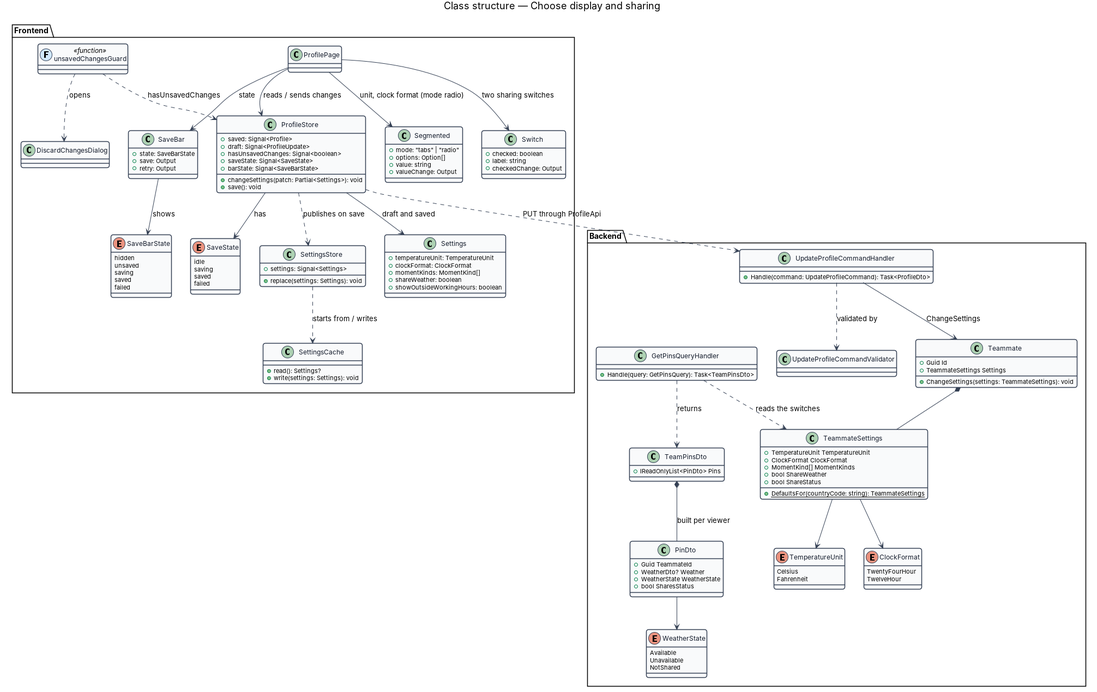
Above: docs/detailed-designs/profile/choose-display-and-sharing/diagrams/class-structure.png in QuinntyneBrown/Mondino (PlantUML), before the change. Its source is kept beside it as docs/detailed-designs/profile/choose-display-and-sharing/diagrams/class-structure.puml. The source it was exported from:
```plantuml
@startuml
skinparam backgroundColor #FFFFFF
skinparam shadowing false
skinparam roundcorner 8
skinparam defaultFontName Arial
skinparam ArrowColor #344054
skinparam class {
  BorderColor #344054
  FontColor #101828
  BackgroundColor #F9FAFB
}
title Class structure — Choose display and sharing

package "Frontend" {
  class ProfileStore {
    +saved: Signal<Profile>
    +draft: Signal<ProfileUpdate>
    +hasUnsavedChanges: Signal<boolean>
    +saveState: Signal<SaveState>
    +barState: Signal<SaveBarState>
    +changeSettings(patch: Partial<Settings>): void
    +save(): void
  }
  enum SaveState {
    idle
    saving
    saved
    failed
  }
  enum SaveBarState {
    hidden
    unsaved
    saving
    saved
    failed
  }
  class SaveBar {
    +state: SaveBarState
    +save: Output
    +retry: Output
  }
  class Segmented {
    +mode: "tabs" | "radio"
    +options: Option[]
    +value: string
    +valueChange: Output
  }
  class Switch {
    +checked: boolean
    +label: string
    +checkedChange: Output
  }
  class ProfilePage
  class DiscardChangesDialog
  class unsavedChangesGuard << (F,#D1E9FF) function >>
  class SettingsStore {
    +settings: Signal<Settings>
    +replace(settings: Settings): void
  }
  class SettingsCache {
    +read(): Settings?
    +write(settings: Settings): void
  }
  class Settings {
    +temperatureUnit: TemperatureUnit
    +clockFormat: ClockFormat
    +momentKinds: MomentKind[]
    +shareWeather: boolean
    +showOutsideWorkingHours: boolean
  }
}

package "Backend" {
  class UpdateProfileCommandHandler {
    +Handle(command: UpdateProfileCommand): Task<ProfileDto>
  }
  class UpdateProfileCommandValidator
  class GetPinsQueryHandler {
    +Handle(query: GetPinsQuery): Task<TeamPinsDto>
  }
  class Teammate {
    +Guid Id
    +TeammateSettings Settings
    +ChangeSettings(settings: TeammateSettings): void
  }
  class TeammateSettings {
    +TemperatureUnit TemperatureUnit
    +ClockFormat ClockFormat
    +MomentKind[] MomentKinds
    +bool ShareWeather
    +bool ShareStatus
    +{static} DefaultsFor(countryCode: string): TeammateSettings
  }
  enum TemperatureUnit {
    Celsius
    Fahrenheit
  }
  enum ClockFormat {
    TwentyFourHour
    TwelveHour
  }
  class PinDto {
    +Guid TeammateId
    +WeatherDto? Weather
    +WeatherState WeatherState
    +bool SharesStatus
  }
  enum WeatherState {
    Available
    Unavailable
    NotShared
  }
  class TeamPinsDto {
    +IReadOnlyList<PinDto> Pins
  }
}

ProfilePage --> ProfileStore : reads / sends changes
ProfilePage --> SaveBar : state
ProfilePage --> Segmented : unit, clock format (mode radio)
ProfilePage --> Switch : two sharing switches
ProfileStore --> SaveState : has
SaveBar --> SaveBarState : shows
ProfileStore --> Settings : draft and saved
ProfileStore ..> SettingsStore : publishes on save
SettingsStore ..> SettingsCache : starts from / writes
unsavedChangesGuard ..> ProfileStore : hasUnsavedChanges
unsavedChangesGuard ..> DiscardChangesDialog : opens
ProfileStore ..> UpdateProfileCommandHandler : PUT through ProfileApi
UpdateProfileCommandHandler ..> UpdateProfileCommandValidator : validated by
UpdateProfileCommandHandler --> Teammate : ChangeSettings
Teammate *-- TeammateSettings
TeammateSettings --> TemperatureUnit
TeammateSettings --> ClockFormat
GetPinsQueryHandler ..> TeammateSettings : reads the switches
GetPinsQueryHandler ..> TeamPinsDto : returns
TeamPinsDto *-- PinDto : built per viewer
PinDto --> WeatherState
@enduml
```
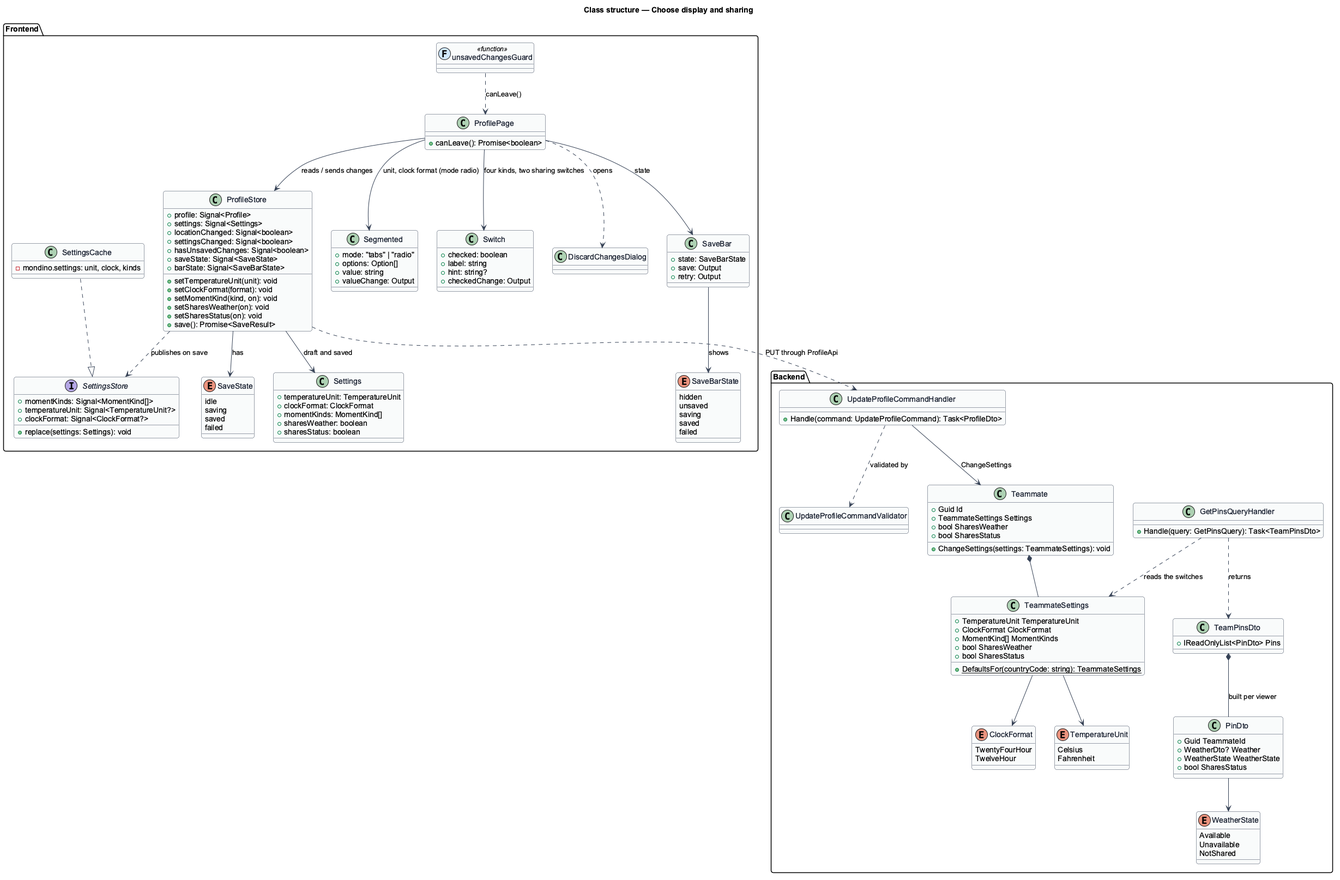
After the change.

Change to the diagram source:
```diff
@@ -13,13 +13,19 @@
 
 package "Frontend" {
   class ProfileStore {
-    +saved: Signal<Profile>
-    +draft: Signal<ProfileUpdate>
+    +profile: Signal<Profile>
+    +settings: Signal<Settings>
+    +locationChanged: Signal<boolean>
+    +settingsChanged: Signal<boolean>
     +hasUnsavedChanges: Signal<boolean>
     +saveState: Signal<SaveState>
     +barState: Signal<SaveBarState>
-    +changeSettings(patch: Partial<Settings>): void
-    +save(): void
+    +setTemperatureUnit(unit): void
+    +setClockFormat(format): void
+    +setMomentKind(kind, on): void
+    +setSharesWeather(on): void
+    +setSharesStatus(on): void
+    +save(): Promise<SaveResult>
   }
   enum SaveState {
     idle
@@ -48,25 +54,29 @@
   class Switch {
     +checked: boolean
     +label: string
+    +hint: string?
     +checkedChange: Output
   }
-  class ProfilePage
+  class ProfilePage {
+    +canLeave(): Promise<boolean>
+  }
   class DiscardChangesDialog
   class unsavedChangesGuard << (F,#D1E9FF) function >>
-  class SettingsStore {
-    +settings: Signal<Settings>
+  interface SettingsStore {
+    +momentKinds: Signal<MomentKind[]>
+    +temperatureUnit: Signal<TemperatureUnit?>
+    +clockFormat: Signal<ClockFormat?>
     +replace(settings: Settings): void
   }
   class SettingsCache {
-    +read(): Settings?
-    +write(settings: Settings): void
+    -mondino.settings: unit, clock, kinds
   }
   class Settings {
     +temperatureUnit: TemperatureUnit
     +clockFormat: ClockFormat
     +momentKinds: MomentKind[]
-    +shareWeather: boolean
-    +showOutsideWorkingHours: boolean
+    +sharesWeather: boolean
+    +sharesStatus: boolean
   }
 }
 
@@ -81,14 +91,16 @@
   class Teammate {
     +Guid Id
     +TeammateSettings Settings
+    +bool SharesWeather
+    +bool SharesStatus
     +ChangeSettings(settings: TeammateSettings): void
   }
   class TeammateSettings {
     +TemperatureUnit TemperatureUnit
     +ClockFormat ClockFormat
     +MomentKind[] MomentKinds
-    +bool ShareWeather
-    +bool ShareStatus
+    +bool SharesWeather
+    +bool SharesStatus
     +{static} DefaultsFor(countryCode: string): TeammateSettings
   }
   enum TemperatureUnit {
@@ -118,14 +130,14 @@
 ProfilePage --> ProfileStore : reads / sends changes
 ProfilePage --> SaveBar : state
 ProfilePage --> Segmented : unit, clock format (mode radio)
-ProfilePage --> Switch : two sharing switches
+ProfilePage --> Switch : four kinds, two sharing switches
 ProfileStore --> SaveState : has
 SaveBar --> SaveBarState : shows
 ProfileStore --> Settings : draft and saved
 ProfileStore ..> SettingsStore : publishes on save
-SettingsStore ..> SettingsCache : starts from / writes
-unsavedChangesGuard ..> ProfileStore : hasUnsavedChanges
-unsavedChangesGuard ..> DiscardChangesDialog : opens
+SettingsCache ..|> SettingsStore
+unsavedChangesGuard ..> ProfilePage : canLeave()
+ProfilePage ..> DiscardChangesDialog : opens
 ProfileStore ..> UpdateProfileCommandHandler : PUT through ProfileApi
 UpdateProfileCommandHandler ..> UpdateProfileCommandValidator : validated by
 UpdateProfileCommandHandler --> Teammate : ChangeSettings
```
